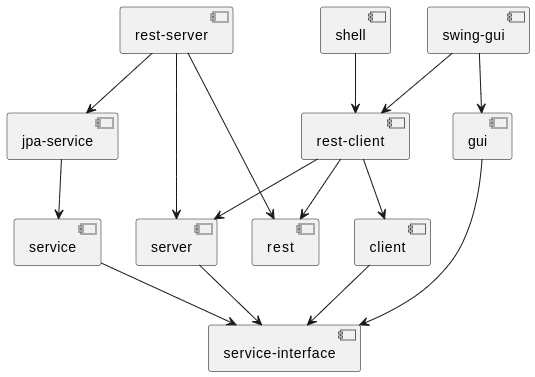
greifentor/carp-bm keeps this PlantUML diagram as docs/architecture/module-diagram.png. Above is the earlier version. Its source is kept beside it as docs/architecture/module-diagram.plantuml.
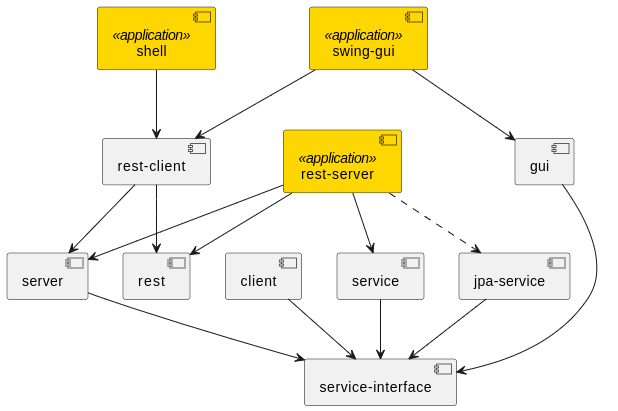
After the change.

Commit message:
Re-structured. Added some architecture documentation.

Diff of the diagram source:
```diff
@@ -6,34 +6,34 @@
 component jpaservice as "jpa-service"
 component rest
 component restclient as "rest-client"
-component restserver as "rest-server"
+component restserver << application >> as "rest-server" #gold
 component server
 component service
 component serviceinterface as "service-interface"
-component shell
-component swing as "swing-gui"
+component shell << application >> #gold
+component swing << application >> as "swing-gui" #gold
 
 client --> serviceinterface
 
 gui --> serviceinterface
 
-jpaservice --> service
+jpaservice --> serviceinterface
 
-restclient --> client
+restclient --> rest
 restclient --> server
-restclient --> rest
 
-restserver --> jpaservice
+restserver ..> jpaservice
 restserver --> rest
-restserver --> serverS
+restserver --> server
+restserver --> service
 
 server --> serviceinterface
 
 service --> serviceinterface
 
-shell --> client
+shell --> restclient
 
-swing --> client
+swing --> restclient
 swing --> gui
 
 @enduml
```
